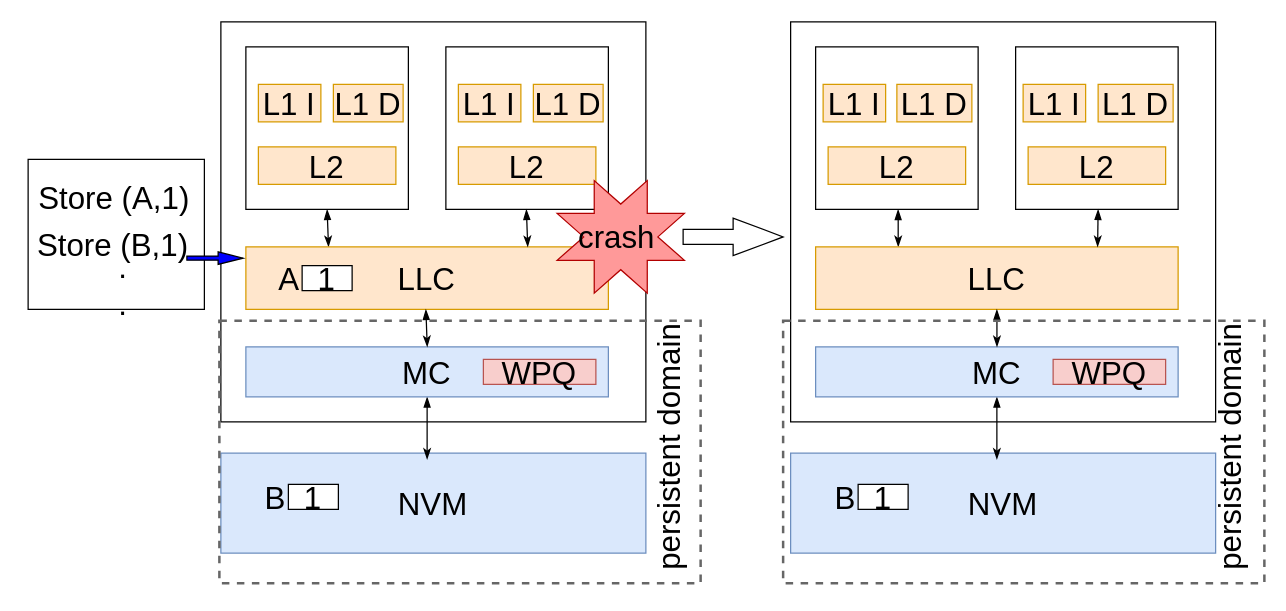
arunkp1986/CAR3S keeps this draw.io diagram as fig1_2.drawio. Above is the earlier version. Source tidied: cells renumbered, new cells numbered last; positions are measured from the earlier drawing's top-left corner, leaving out a move shared by most shapes. Both pictures are drawn from the tidied source at 125%, with x=0, y=0 at pixel (21, 21).
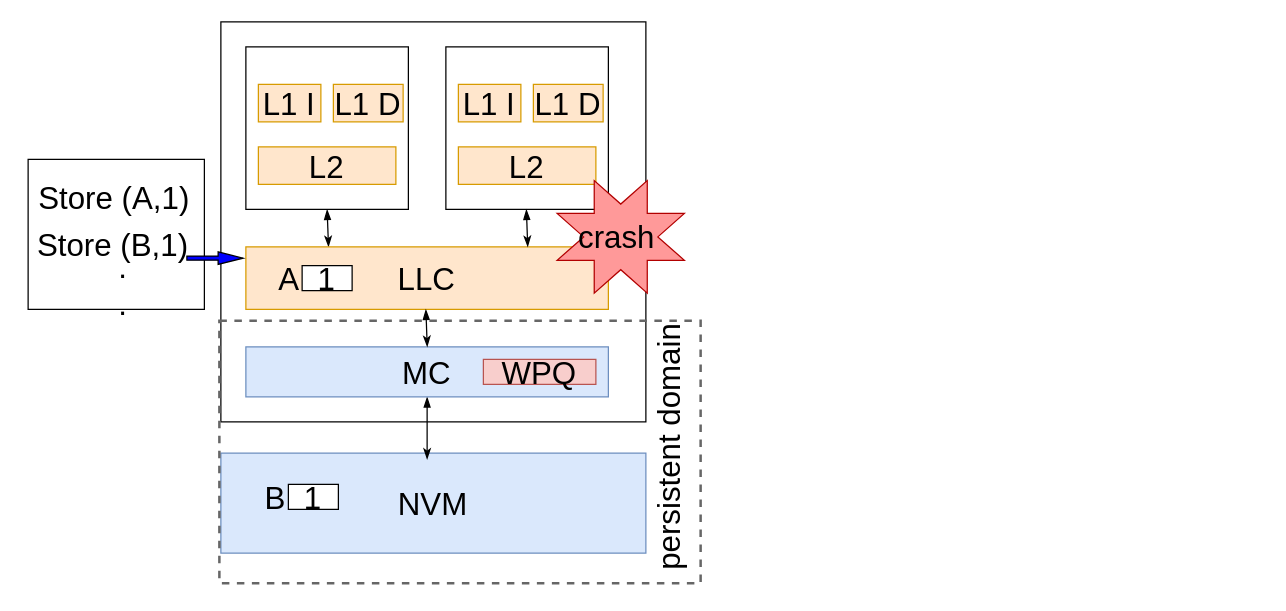
The same diagram, later.

Change to the diagram source:
```diff
@@
-    <mxCell id="26" style="rounded=0;whiteSpace=wrap;html=1;fontSize=25;fontStyle=0;" parent="1" vertex="1">
-      <mxGeometry x="615" width="340" height="320" as="geometry" />
-    </mxCell>
-    <mxCell id="27" style="rounded=0;jettySize=auto;html=1;entryX=0.228;entryY=0;entryDx=0;entryDy=0;entryPerimeter=0;fontSize=25;startArrow=blockThin;startFill=1;endArrow=classicThin;endFill=1;strokeWidth=1;fontStyle=0;" parent="1" edge="1" target="36">
-      <mxGeometry relative="1" as="geometry">
-        <mxPoint x="701" y="150" as="sourcePoint" />
-      </mxGeometry>
-    </mxCell>
-    <mxCell id="28" style="whiteSpace=wrap;html=1;fontStyle=0;fontSize=25;" parent="1" vertex="1">
-      <mxGeometry x="635" y="20" width="130" height="130" as="geometry" />
-    </mxCell>
-    <mxCell id="29" value="L2" style="rounded=0;whiteSpace=wrap;html=1;fontSize=25;fillColor=#ffe6cc;strokeColor=#d79b00;fontStyle=0;" parent="1" vertex="1">
-      <mxGeometry x="645" y="100" width="110" height="30" as="geometry" />
-    </mxCell>
-    <mxCell id="30" value="&lt;font style=&quot;font-size: 25px;&quot;&gt;L1 D&lt;/font&gt;" style="rounded=0;whiteSpace=wrap;html=1;fontSize=25;fillColor=#ffe6cc;strokeColor=#d79b00;fontStyle=0;" parent="1" vertex="1">
-      <mxGeometry x="700" y="50" width="60" height="30" as="geometry" />
-    </mxCell>
-    <mxCell id="31" value="&lt;font style=&quot;font-size: 25px;&quot;&gt;L1 I&lt;/font&gt;" style="rounded=0;whiteSpace=wrap;html=1;fontSize=25;fillColor=#ffe6cc;strokeColor=#d79b00;fontStyle=0;" parent="1" vertex="1">
-      <mxGeometry x="641" y="50" width="50" height="30" as="geometry" />
-    </mxCell>
-    <mxCell id="32" style="whiteSpace=wrap;html=1;fontStyle=0;fontSize=25;" parent="1" vertex="1">
-      <mxGeometry x="795" y="20" width="130" height="130" as="geometry" />
-    </mxCell>
-    <mxCell id="33" value="L2" style="rounded=0;whiteSpace=wrap;html=1;fontSize=25;fillColor=#ffe6cc;strokeColor=#d79b00;fontStyle=0;" parent="1" vertex="1">
-      <mxGeometry x="805" y="100" width="110" height="30" as="geometry" />
-    </mxCell>
-    <mxCell id="34" value="&lt;font style=&quot;font-size: 25px;&quot;&gt;L1 D&lt;/font&gt;" style="rounded=0;whiteSpace=wrap;html=1;fontSize=25;fillColor=#ffe6cc;strokeColor=#d79b00;fontStyle=0;" parent="1" vertex="1">
-      <mxGeometry x="861" y="50" width="60" height="30" as="geometry" />
-    </mxCell>
-    <mxCell id="35" value="&lt;font style=&quot;font-size: 25px;&quot;&gt;L1 I&lt;/font&gt;" style="rounded=0;whiteSpace=wrap;html=1;fontSize=25;fillColor=#ffe6cc;strokeColor=#d79b00;fontStyle=0;" parent="1" vertex="1">
-      <mxGeometry x="801" y="50" width="50" height="30" as="geometry" />
-    </mxCell>
-    <mxCell id="36" value="LLC" style="rounded=0;whiteSpace=wrap;html=1;fontSize=25;fillColor=#ffe6cc;strokeColor=#d79b00;fontStyle=0;" parent="1" vertex="1">
-      <mxGeometry x="635" y="180" width="290" height="50" as="geometry" />
-    </mxCell>
-    <mxCell id="37" value="NVM" style="rounded=0;whiteSpace=wrap;html=1;fontSize=25;fillColor=#dae8fc;strokeColor=#6c8ebf;fontStyle=0;" parent="1" vertex="1">
-      <mxGeometry x="615" y="345" width="340" height="80" as="geometry" />
-    </mxCell>
-    <mxCell id="38" style="edgeStyle=none;rounded=0;jettySize=auto;html=1;exitX=0.5;exitY=1;exitDx=0;exitDy=0;fontSize=25;startArrow=blockThin;startFill=1;endArrow=classicThin;endFill=1;strokeWidth=1;fontStyle=0;" parent="1" edge="1" source="39">
-      <mxGeometry relative="1" as="geometry">
-        <mxPoint x="780" y="350" as="targetPoint" />
-      </mxGeometry>
-    </mxCell>
-    <mxCell id="39" value="MC" style="rounded=0;whiteSpace=wrap;html=1;fontSize=25;fillColor=#dae8fc;strokeColor=#6c8ebf;fontStyle=0;" parent="1" vertex="1">
-      <mxGeometry x="635" y="260" width="290" height="40" as="geometry" />
-    </mxCell>
-    <mxCell id="40" value="WPQ" style="rounded=0;whiteSpace=wrap;html=1;fontSize=25;fillColor=#f8cecc;strokeColor=#b85450;fontStyle=0;" parent="1" vertex="1">
-      <mxGeometry x="825" y="270" width="90" height="20" as="geometry" />
-    </mxCell>
-    <mxCell id="41" style="rounded=0;orthogonalLoop=1;jettySize=auto;html=1;entryX=0.228;entryY=0;entryDx=0;entryDy=0;entryPerimeter=0;fontSize=25;startArrow=blockThin;startFill=1;endArrow=classicThin;endFill=1;strokeWidth=1;fontStyle=0;" parent="1" edge="1">
-      <mxGeometry relative="1" as="geometry">
-        <mxPoint x="861" y="150" as="sourcePoint" />
-        <mxPoint x="860.6" y="180" as="targetPoint" />
-      </mxGeometry>
-    </mxCell>
-    <mxCell id="42" style="rounded=0;orthogonalLoop=1;jettySize=auto;html=1;entryX=0.228;entryY=0;entryDx=0;entryDy=0;entryPerimeter=0;fontSize=25;startArrow=blockThin;startFill=1;endArrow=classicThin;endFill=1;strokeWidth=1;fontStyle=0;" parent="1" edge="1">
-      <mxGeometry relative="1" as="geometry">
-        <mxPoint x="780" y="230" as="sourcePoint" />
-        <mxPoint x="780.1" y="260" as="targetPoint" />
-      </mxGeometry>
-    </mxCell>
-    <mxCell id="43" value="1" style="rounded=0;whiteSpace=wrap;html=1;fontSize=25;align=center;fontStyle=0;" parent="1" vertex="1">
-      <mxGeometry x="669" y="370" width="40" height="20" as="geometry" />
-    </mxCell>
-    <mxCell id="44" value="B" style="text;html=1;strokeColor=none;fillColor=none;align=center;verticalAlign=middle;whiteSpace=wrap;rounded=0;fontSize=25;fontStyle=0;" parent="1" vertex="1">
-      <mxGeometry x="639" y="370" width="40" height="20" as="geometry" />
-    </mxCell>
-    <mxCell id="45" style="html=1;shadow=0;dashed=0;align=center;verticalAlign=middle;shape=mxgraph.arrows2.arrow;dy=0.6;dx=40;notch=0;fontSize=25;fontStyle=0;" parent="1" vertex="1">
-      <mxGeometry x="529" y="157" width="80" height="30" as="geometry" />
-    </mxCell>
@@
-    <mxCell id="52" style="rounded=0;whiteSpace=wrap;html=1;fontSize=25;strokeWidth=2;strokeColor=#666666;fontColor=#333333;fontStyle=0;fillColor=none;dashed=1;" parent="1" vertex="1">
-      <mxGeometry x="609" y="239" width="385" height="210" as="geometry" />
-    </mxCell>
-    <mxCell id="53" value="persistent domain" style="text;html=1;strokeColor=none;fillColor=none;align=center;verticalAlign=middle;whiteSpace=wrap;rounded=0;fontSize=25;rotation=270;fontStyle=0;fontFamily=Helvetica;" parent="1" vertex="1">
-      <mxGeometry x="851.9" y="330.5" width="226.6" height="20" as="geometry" />
-    </mxCell>
```
